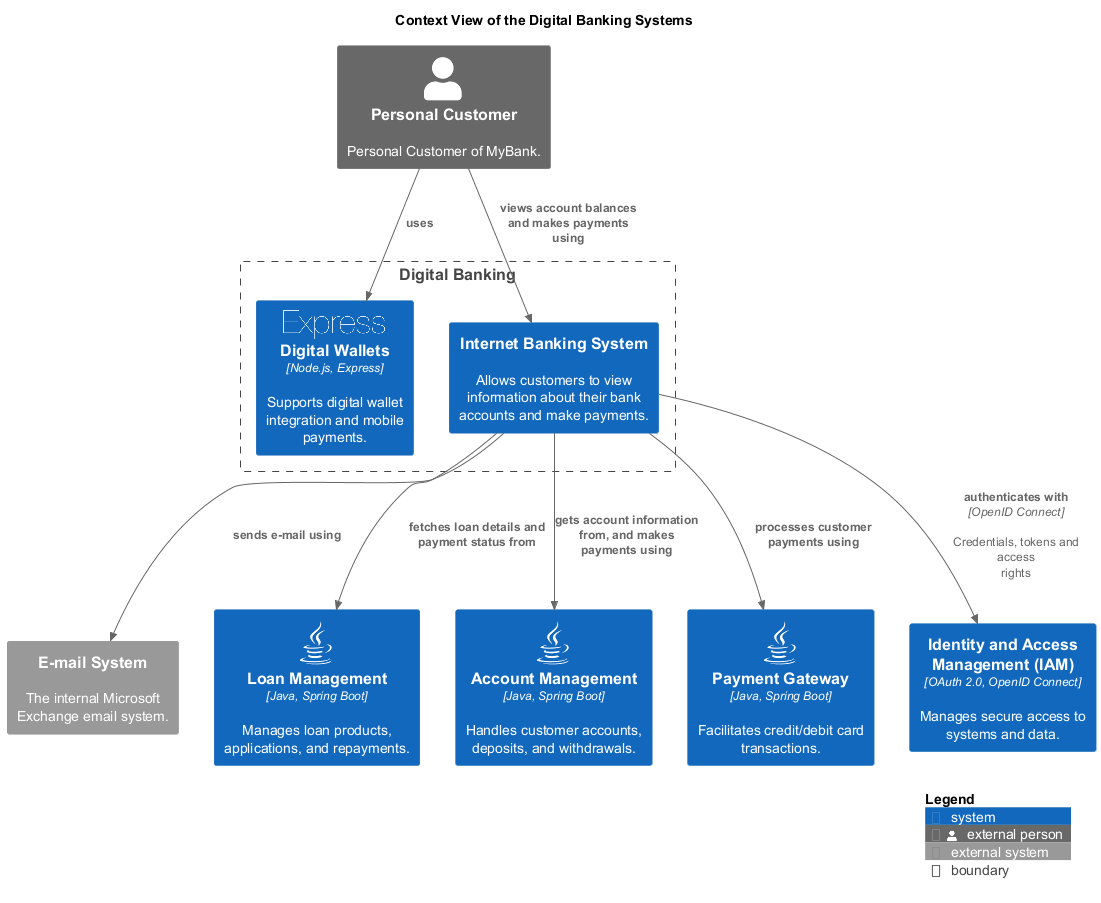
Earlier version of the PlantUML export docs/mybank/digital-banking/context-view.png (soulspace-org/my-bank-model).
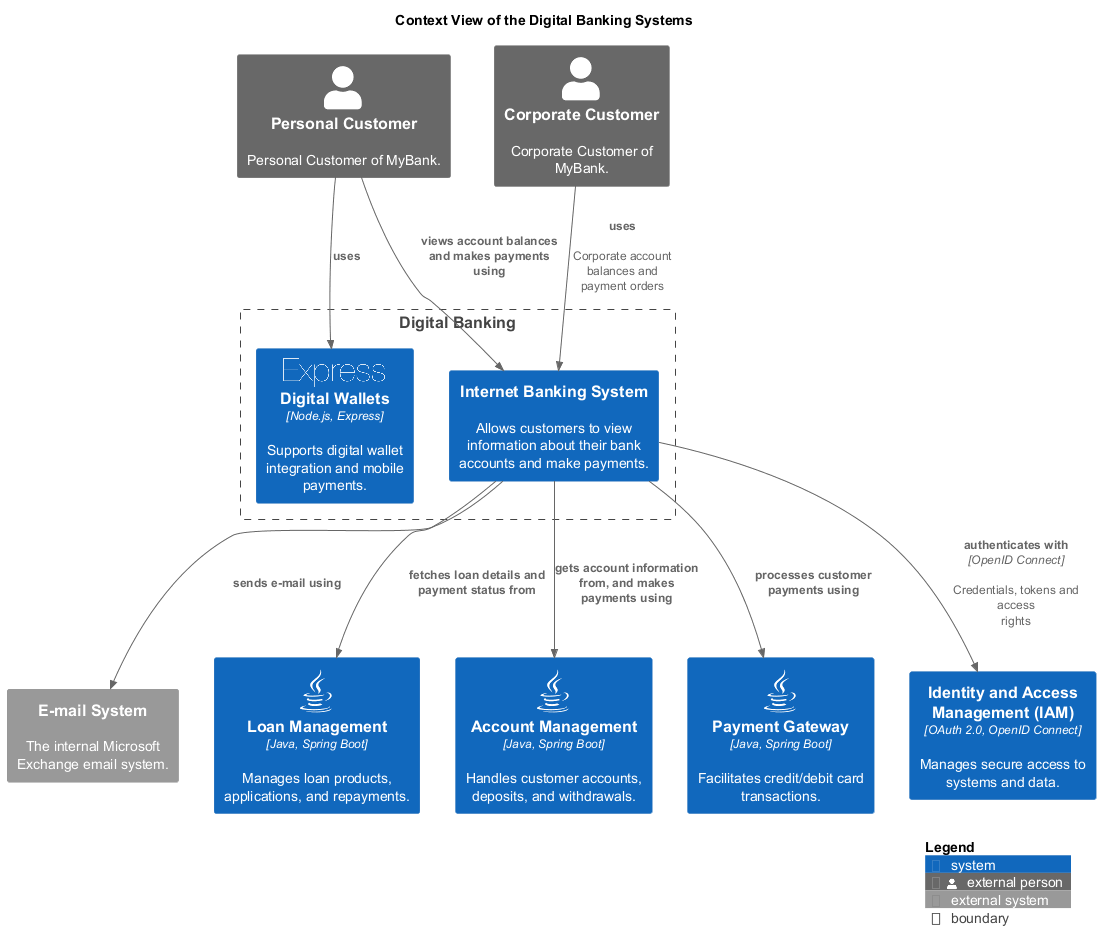
The same file after the commit.

Change to the diagram source:
```diff
@@ -24,8 +24,10 @@
 Person_Ext(mybank_personalCustomer, "Personal Customer", $descr="Personal Customer of MyBank.")
 System(mybank_coreBanking_accountManagementSystem, "Account Management", $descr="Handles customer accounts, deposits, and withdrawals.", $type="Java, Spring Boot", $sprite="java")
 System(mybank_payment_paymentGatewaySystem, "Payment Gateway", $descr="Facilitates credit/debit card transactions.", $type="Java, Spring Boot", $sprite="java")
+Person_Ext(mybank_corporateCustomer, "Corporate Customer", $descr="Corporate Customer of MyBank.")
 System(mybank_security_identityAccessManagementSystem, "Identity and Access Management (IAM)", $descr="Manages secure access to systems and data.", $type="OAuth 2.0, OpenID Connect")
 Rel(mybank_personalCustomer, mybank_digitalBanking_digitalWalletsSystem, "uses")
+Rel(mybank_corporateCustomer, mybank_digitalBanking_internetBankingSystem_internetBankingSystem, "uses", $descr="Corporate account balances and payment orders")
 Rel(mybank_digitalBanking_internetBankingSystem_internetBankingSystem, mybank_emailSystem, "sends e-mail using")
 Rel(mybank_digitalBanking_internetBankingSystem_internetBankingSystem, mybank_security_identityAccessManagementSystem, "authenticates with", $descr="Credentials, tokens and access rights", $techn="OpenID Connect")
 Rel(mybank_digitalBanking_internetBankingSystem_internetBankingSystem, mybank_coreBanking_loanManagementSystem, "fetches loan details and payment status from")
```
